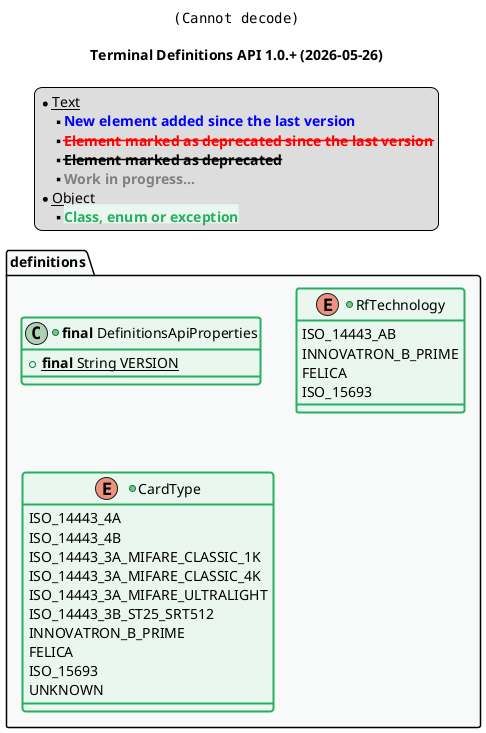
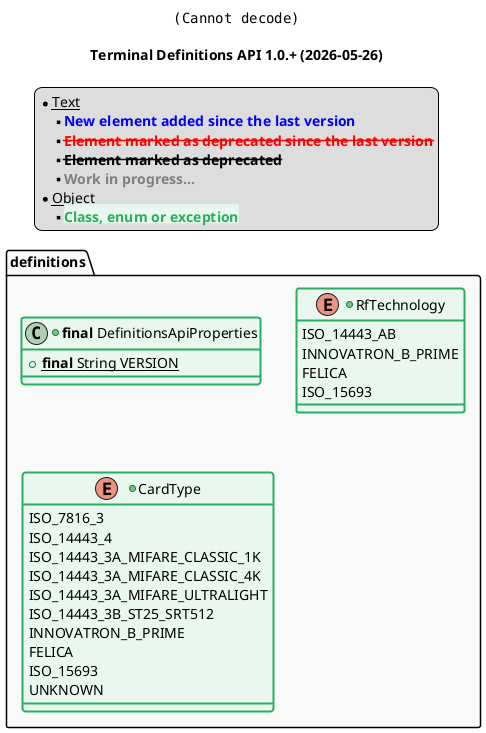
@startuml
title
    <img:../assets/logo.svg{scale=0.2}>

    Terminal Definitions API 1.0.+ (2026-05-26)
end title

' == THEME ==

'Couleurs issues de : https://htmlcolorcodes.com/fr/tableau-de-couleur/tableau-de-couleur-design-plat/
!define C_GREY1 F8F9F9
!define C_GREY2 F2F3F4
!define C_GREY3 E5E7E9
!define C_GREY4 D7DBDD
!define C_GREY5 CACFD2
!define C_GREY6 BDC3C7
!define C_LINK 3498DB
!define C_USE 27AE60
!define C_THROW 2C3E50

' -- Styles that don't work with new version of plantuml --
skinparam stereotypeABorderColor #A9DCDF
skinparam stereotypeIBorderColor #B4A7E5
skinparam stereotypeCBorderColor #ADD1B2
skinparam stereotypeEBorderColor #EB93DF
' -- END --

skinparam ClassBorderThickness 2
skinparam ArrowThickness 2

' Yellow
skinparam ClassBackgroundColor #FEFECE
skinparam ClassBorderColor #D4AC0D
' Red
skinparam ClassBackgroundColor<<red>> #FDEDEC
skinparam ClassBorderColor<<red>> #E74C3C
hide <<red>> stereotype
' Purple
skinparam ClassBackgroundColor<<purple>> #F4ECF7
skinparam ClassBorderColor<<purple>> #8E44AD
hide <<purple>> stereotype
' blue
skinparam ClassBackgroundColor<<blue>> #EBF5FB
skinparam ClassBorderColor<<blue>> #3498DB
hide <<blue>> stereotype
' Green
skinparam ClassBackgroundColor<<green>> #E9F7EF
skinparam ClassBorderColor<<green>> #27AE60
hide <<green>> stereotype
' Grey
skinparam ClassBackgroundColor<<grey>> #EAECEE
skinparam ClassBorderColor<<grey>> #2C3E50
hide <<grey>> stereotype

' == CONTENT ==

legend top
    * __Text__
    *** <color:blue><b>New element added since the last version
    *** <color:red><s><b>Element marked as deprecated since the last version
    *** <s><b>Element marked as deprecated
    *** <color:grey><b>Work in progress...
    * __Object__
    *** <back:#E9F7EF><color:#27AE60><b>Class, enum or exception
end legend

package "definitions" as api {

+class "**final** DefinitionsApiProperties" as ApiProperties <<green>> {
    +{static} **final** String VERSION
}
+enum "RfTechnology" as RfTechnology <<green>> {
    ISO_14443_AB
    INNOVATRON_B_PRIME
    FELICA
    ISO_15693
}
+enum "CardType" as CardType <<green>> {
-     ISO_14443_4A
-     ISO_14443_4B
+     ISO_7816_3
+     ISO_14443_4
    ISO_14443_3A_MIFARE_CLASSIC_1K
    ISO_14443_3A_MIFARE_CLASSIC_4K
    ISO_14443_3A_MIFARE_ULTRALIGHT
    ISO_14443_3B_ST25_SRT512
    INNOVATRON_B_PRIME
    FELICA
    ISO_15693
    UNKNOWN
}
}

' Associations

' == LAYOUT ==

' == STYLE ==

package api #C_GREY1 {}

@enduml